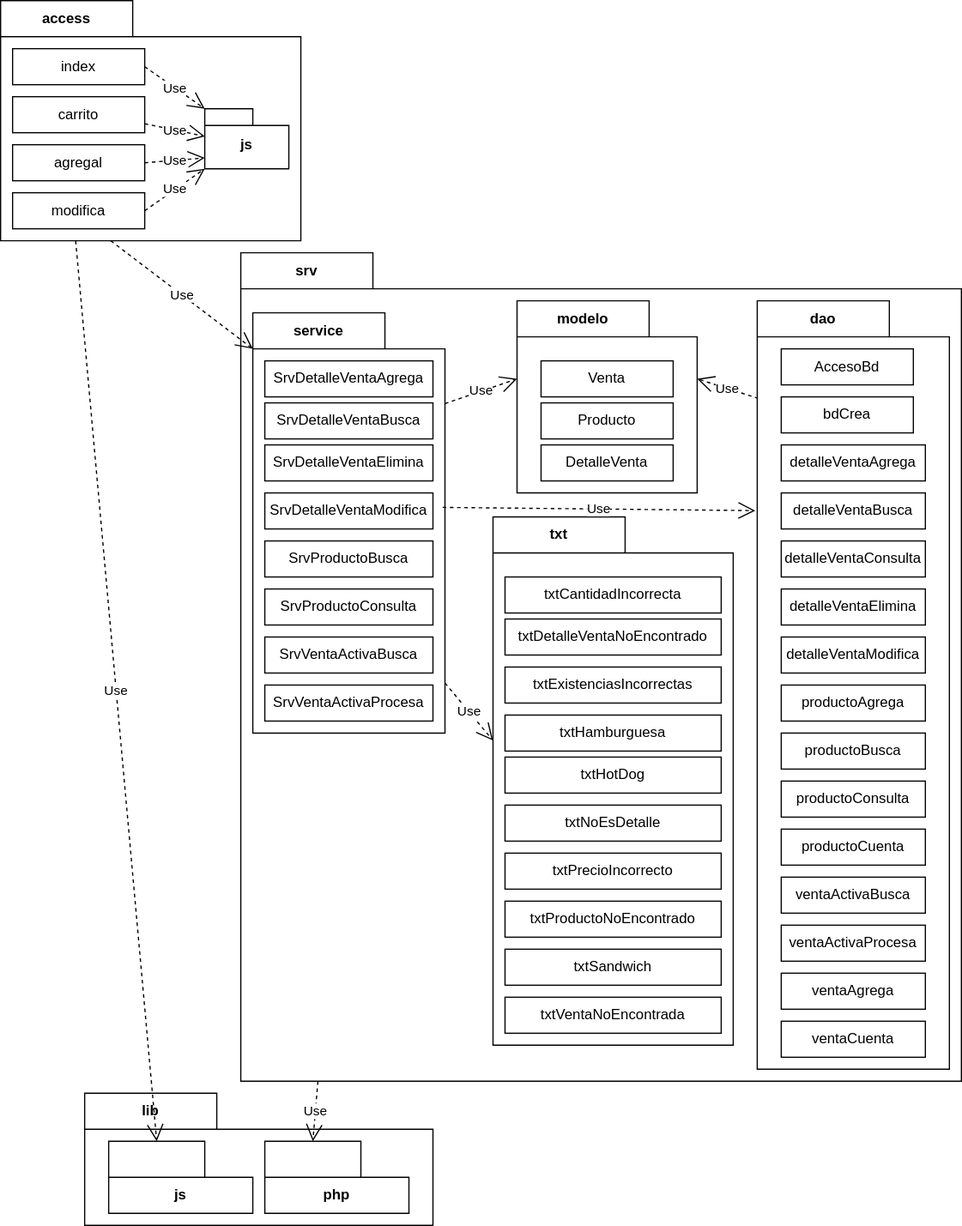
gilpgawoas/gilpgawoas.github.io keeps this draw.io diagram as docs/img/m21compras/compraspaquetes.drawio.svg. Above is the earlier version. Source tidied: cells renumbered, new cells last; positions are measured from the earlier drawing's top-left corner, leaving out a move shared by most shapes.
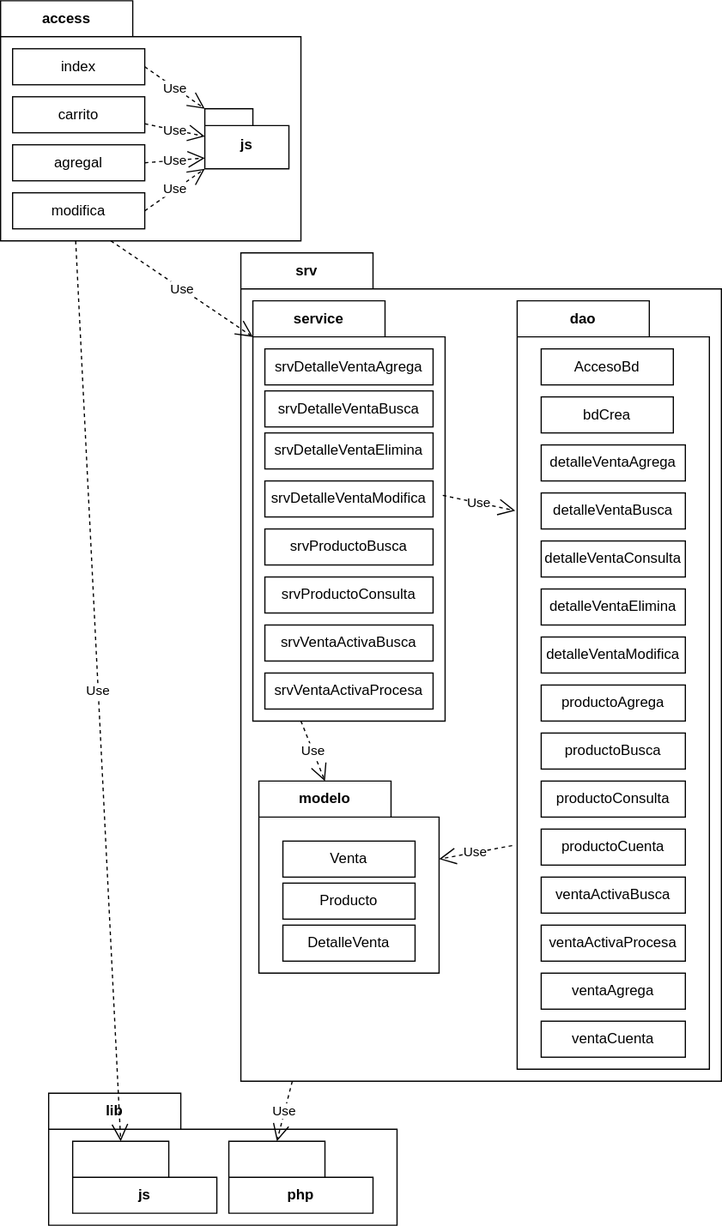
The same diagram one commit later.

Change to the diagram source:
```diff
@@ -3,7 +3,7 @@
     <mxCell id="0" />
     <mxCell id="1" parent="0" />
     <mxCell id="2" value="lib" style="shape=folder;fontStyle=1;tabWidth=110;tabHeight=30;tabPosition=left;html=1;boundedLbl=1;labelInHeader=1;whiteSpace=wrap;" parent="1" vertex="1">
-      <mxGeometry x="70" y="910" width="290" height="110" as="geometry" />
+      <mxGeometry x="40" y="910" width="290" height="110" as="geometry" />
     </mxCell>
     <mxCell id="3" value="js" style="shape=folder;fontStyle=1;tabWidth=80;tabHeight=30;tabPosition=left;html=1;boundedLbl=1;whiteSpace=wrap;" parent="2" vertex="1">
       <mxGeometry x="20" y="40" width="120" height="60" as="geometry" />
@@ -50,106 +50,53 @@
       <mxGeometry relative="1" as="geometry" />
     </mxCell>
     <mxCell id="15" value="srv" style="shape=folder;fontStyle=1;tabWidth=110;tabHeight=30;tabPosition=left;html=1;boundedLbl=1;labelInHeader=1;whiteSpace=wrap;" parent="1" vertex="1">
-      <mxGeometry x="200" y="210" width="600" height="690" as="geometry" />
+      <mxGeometry x="200" y="210" width="400" height="690" as="geometry" />
     </mxCell>
     <mxCell id="16" value="service" style="shape=folder;fontStyle=1;tabWidth=110;tabHeight=30;tabPosition=left;html=1;boundedLbl=1;labelInHeader=1;whiteSpace=wrap;" parent="15" vertex="1">
-      <mxGeometry x="10" y="50" width="160" height="350" as="geometry" />
+      <mxGeometry x="10" y="40" width="160" height="350" as="geometry" />
     </mxCell>
-    <mxCell id="17" value="SrvDetalleVentaAgrega" style="html=1;whiteSpace=wrap;" parent="16" vertex="1">
+    <mxCell id="17" value="srvDetalleVentaAgrega" style="html=1;whiteSpace=wrap;" parent="16" vertex="1">
       <mxGeometry width="140" height="30" relative="1" as="geometry">
         <mxPoint x="10" y="40" as="offset" />
       </mxGeometry>
     </mxCell>
-    <mxCell id="18" value="SrvDetalleVentaBusca" style="html=1;whiteSpace=wrap;" parent="16" vertex="1">
+    <mxCell id="18" value="srvDetalleVentaBusca" style="html=1;whiteSpace=wrap;" parent="16" vertex="1">
       <mxGeometry width="140" height="30" relative="1" as="geometry">
         <mxPoint x="10" y="75" as="offset" />
       </mxGeometry>
     </mxCell>
-    <mxCell id="19" value="SrvDetalleVentaElimina" style="html=1;whiteSpace=wrap;" parent="16" vertex="1">
+    <mxCell id="19" value="srvDetalleVentaElimina" style="html=1;whiteSpace=wrap;" parent="16" vertex="1">
       <mxGeometry width="140" height="30" relative="1" as="geometry">
         <mxPoint x="10" y="110" as="offset" />
       </mxGeometry>
     </mxCell>
-    <mxCell id="20" value="SrvDetalleVentaModifica" style="html=1;whiteSpace=wrap;" parent="16" vertex="1">
+    <mxCell id="20" value="srvDetalleVentaModifica" style="html=1;whiteSpace=wrap;" parent="16" vertex="1">
       <mxGeometry width="140" height="30" relative="1" as="geometry">
         <mxPoint x="10" y="150" as="offset" />
       </mxGeometry>
     </mxCell>
-    <mxCell id="21" value="SrvProductoBusca" style="html=1;whiteSpace=wrap;" parent="16" vertex="1">
+    <mxCell id="21" value="srvProductoBusca" style="html=1;whiteSpace=wrap;" parent="16" vertex="1">
       <mxGeometry width="140" height="30" relative="1" as="geometry">
         <mxPoint x="10" y="190" as="offset" />
       </mxGeometry>
     </mxCell>
-    <mxCell id="22" value="SrvVentaActivaBusca" style="html=1;whiteSpace=wrap;" parent="16" vertex="1">
+    <mxCell id="22" value="srvVentaActivaBusca" style="html=1;whiteSpace=wrap;" parent="16" vertex="1">
       <mxGeometry width="140" height="30" relative="1" as="geometry">
         <mxPoint x="10" y="270" as="offset" />
       </mxGeometry>
     </mxCell>
-    <mxCell id="23" value="SrvProductoConsulta" style="html=1;whiteSpace=wrap;" parent="16" vertex="1">
+    <mxCell id="23" value="srvProductoConsulta" style="html=1;whiteSpace=wrap;" parent="16" vertex="1">
       <mxGeometry width="140" height="30" relative="1" as="geometry">
         <mxPoint x="10" y="230" as="offset" />
       </mxGeometry>
     </mxCell>
-    <mxCell id="24" value="SrvVentaActivaProcesa" style="html=1;whiteSpace=wrap;" parent="16" vertex="1">
+    <mxCell id="24" value="srvVentaActivaProcesa" style="html=1;whiteSpace=wrap;" parent="16" vertex="1">
       <mxGeometry width="140" height="30" relative="1" as="geometry">
         <mxPoint x="10" y="310" as="offset" />
       </mxGeometry>
     </mxCell>
-    <mxCell id="25" value="txt" style="shape=folder;fontStyle=1;tabWidth=110;tabHeight=30;tabPosition=left;html=1;boundedLbl=1;labelInHeader=1;whiteSpace=wrap;" parent="15" vertex="1">
-      <mxGeometry x="210" y="220" width="200" height="440" as="geometry" />
-    </mxCell>
-    <mxCell id="26" value="txtCantidadIncorrecta" style="html=1;whiteSpace=wrap;" parent="25" vertex="1">
-      <mxGeometry width="180" height="30" relative="1" as="geometry">
-        <mxPoint x="10" y="50" as="offset" />
-      </mxGeometry>
-    </mxCell>
-    <mxCell id="27" value="txtDetalleVentaNoEncontrado" style="html=1;whiteSpace=wrap;" parent="25" vertex="1">
-      <mxGeometry width="180" height="30" relative="1" as="geometry">
-        <mxPoint x="10" y="85" as="offset" />
-      </mxGeometry>
-    </mxCell>
-    <mxCell id="28" value="txtExistenciasIncorrectas" style="html=1;whiteSpace=wrap;" parent="25" vertex="1">
-      <mxGeometry width="180" height="30" relative="1" as="geometry">
-        <mxPoint x="10" y="125" as="offset" />
-      </mxGeometry>
-    </mxCell>
-    <mxCell id="29" value="txtHamburguesa" style="html=1;whiteSpace=wrap;" parent="25" vertex="1">
-      <mxGeometry width="180" height="30" relative="1" as="geometry">
-        <mxPoint x="10" y="165" as="offset" />
-      </mxGeometry>
-    </mxCell>
-    <mxCell id="30" value="txtHotDog" style="html=1;whiteSpace=wrap;" parent="25" vertex="1">
-      <mxGeometry width="180" height="30" relative="1" as="geometry">
-        <mxPoint x="10" y="200" as="offset" />
-      </mxGeometry>
-    </mxCell>
-    <mxCell id="31" value="txtNoEsDetalle" style="html=1;whiteSpace=wrap;" parent="25" vertex="1">
-      <mxGeometry width="180" height="30" relative="1" as="geometry">
-        <mxPoint x="10" y="240" as="offset" />
-      </mxGeometry>
-    </mxCell>
-    <mxCell id="32" value="txtPrecioIncorrecto" style="html=1;whiteSpace=wrap;" parent="25" vertex="1">
-      <mxGeometry width="180" height="30" relative="1" as="geometry">
-        <mxPoint x="10" y="280" as="offset" />
-      </mxGeometry>
-    </mxCell>
-    <mxCell id="33" value="txtProductoNoEncontrado" style="html=1;whiteSpace=wrap;" parent="25" vertex="1">
-      <mxGeometry width="180" height="30" relative="1" as="geometry">
-        <mxPoint x="10" y="320" as="offset" />
-      </mxGeometry>
-    </mxCell>
-    <mxCell id="34" value="txtSandwich" style="html=1;whiteSpace=wrap;" parent="25" vertex="1">
-      <mxGeometry width="180" height="30" relative="1" as="geometry">
-        <mxPoint x="10" y="360" as="offset" />
-      </mxGeometry>
-    </mxCell>
-    <mxCell id="35" value="txtVentaNoEncontrada" style="html=1;whiteSpace=wrap;" parent="25" vertex="1">
-      <mxGeometry width="180" height="30" relative="1" as="geometry">
-        <mxPoint x="10" y="400" as="offset" />
-      </mxGeometry>
-    </mxCell>
     <mxCell id="36" value="modelo" style="shape=folder;fontStyle=1;tabWidth=110;tabHeight=30;tabPosition=left;html=1;boundedLbl=1;labelInHeader=1;whiteSpace=wrap;" parent="15" vertex="1">
-      <mxGeometry x="230" y="40" width="150" height="160" as="geometry" />
+      <mxGeometry x="15" y="440" width="150" height="160" as="geometry" />
     </mxCell>
     <mxCell id="37" value="Venta" style="html=1;whiteSpace=wrap;" parent="36" vertex="1">
       <mxGeometry width="110" height="30" relative="1" as="geometry">
@@ -166,20 +113,17 @@
         <mxPoint x="20" y="120" as="offset" />
       </mxGeometry>
     </mxCell>
-    <mxCell id="40" value="Use" style="endArrow=open;endSize=12;dashed=1;html=1;rounded=0;entryX=0;entryY=0;entryDx=150;entryDy=65;entryPerimeter=0;exitX=0.006;exitY=0.127;exitDx=0;exitDy=0;exitPerimeter=0;" parent="15" edge="1" source="44" target="36">
+    <mxCell id="40" value="Use" style="endArrow=open;endSize=12;dashed=1;html=1;rounded=0;entryX=0;entryY=0;entryDx=150;entryDy=65;entryPerimeter=0;exitX=-0.026;exitY=0.709;exitDx=0;exitDy=0;exitPerimeter=0;" parent="15" edge="1" source="44" target="36">
       <mxGeometry relative="1" as="geometry" />
     </mxCell>
-    <mxCell id="41" value="Use" style="endArrow=open;endSize=12;dashed=1;html=1;rounded=0;entryX=0;entryY=0;entryDx=0;entryDy=65;entryPerimeter=0;exitX=1;exitY=0.216;exitDx=0;exitDy=0;exitPerimeter=0;" parent="15" edge="1" source="16" target="36">
+    <mxCell id="41" value="Use" style="endArrow=open;endSize=12;dashed=1;html=1;rounded=0;entryX=0;entryY=0;entryDx=55;entryDy=0;entryPerimeter=0;exitX=0.25;exitY=1;exitDx=0;exitDy=0;exitPerimeter=0;" parent="15" edge="1" source="16" target="36">
       <mxGeometry relative="1" as="geometry" />
     </mxCell>
     <mxCell id="42" value="Use" style="endArrow=open;endSize=12;dashed=1;html=1;rounded=0;entryX=-0.01;entryY=0.273;entryDx=0;entryDy=0;entryPerimeter=0;exitX=0.988;exitY=0.463;exitDx=0;exitDy=0;exitPerimeter=0;" parent="15" edge="1" source="16" target="44">
       <mxGeometry relative="1" as="geometry" />
     </mxCell>
-    <mxCell id="43" value="Use" style="endArrow=open;endSize=12;dashed=1;html=1;rounded=0;entryX=0;entryY=0.423;entryDx=0;entryDy=0;entryPerimeter=0;exitX=1;exitY=0.881;exitDx=0;exitDy=0;exitPerimeter=0;" parent="15" edge="1" source="16" target="25">
-      <mxGeometry relative="1" as="geometry" />
-    </mxCell>
     <mxCell id="44" value="dao" style="shape=folder;fontStyle=1;tabWidth=110;tabHeight=30;tabPosition=left;html=1;boundedLbl=1;labelInHeader=1;whiteSpace=wrap;" parent="15" vertex="1">
-      <mxGeometry x="430" y="40" width="160" height="640" as="geometry" />
+      <mxGeometry x="230" y="40" width="160" height="640" as="geometry" />
     </mxCell>
     <mxCell id="45" value="AccesoBd" style="html=1;whiteSpace=wrap;" parent="44" vertex="1">
       <mxGeometry width="110" height="30" relative="1" as="geometry">
```
